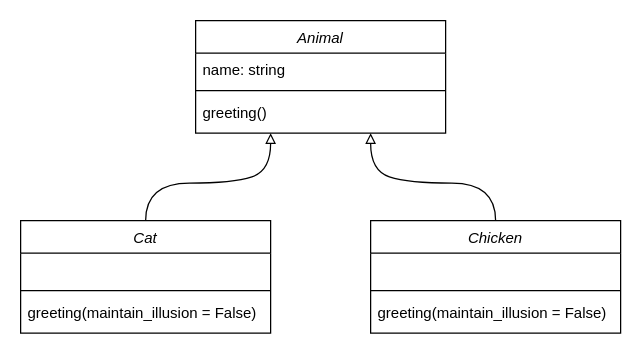
This is img/animals.drawio from crabbit-git/ccl12-inheritance, a draw.io file, before an edit. Source tidied: cells renumbered, new cells numbered last; positions are measured from the earlier drawing's top-left corner, leaving out a move shared by most shapes. Both pictures are drawn from the tidied source at 125%, with x=0, y=0 at pixel (20, 20).
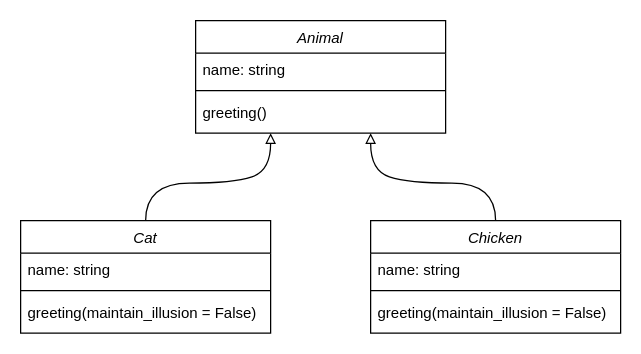
Above is the later version.

Unchanged cells that the change refers to:
```xml
<mxCell id="6" value="Cat" style="swimlane;fontStyle=2;align=center;verticalAlign=top;horizontal=1;startSize=26;rounded=0;shadow=0;strokeWidth=1;" parent="1" vertex="1">
  <mxGeometry y="160" width="200" height="90" as="geometry" />
</mxCell>
<mxCell id="10" value="Chicken" style="swimlane;fontStyle=2;align=center;verticalAlign=top;horizontal=1;startSize=26;rounded=0;shadow=0;strokeWidth=1;" parent="1" vertex="1">
  <mxGeometry x="280" y="160" width="200" height="90" as="geometry" />
</mxCell>
```

The edit, as a diff of the source:
```diff
@@
-    <mxCell id="7" value=" " style="text;align=left;verticalAlign=top;spacingLeft=4;spacingRight=4;overflow=hidden;" parent="6" vertex="1">
-      <mxGeometry y="26" width="200" height="26" as="geometry" />
-    </mxCell>
+    <mxCell id="16" value="name: string" style="text;align=left;verticalAlign=top;spacingLeft=4;spacingRight=4;overflow=hidden;" parent="6" vertex="1">
+      <mxGeometry y="26" width="200" height="26" as="geometry" />
+    </mxCell>
@@
-    <mxCell id="11" value=" " style="text;align=left;verticalAlign=top;spacingLeft=4;spacingRight=4;overflow=hidden;" parent="10" vertex="1">
-      <mxGeometry y="26" width="200" height="26" as="geometry" />
-    </mxCell>
+    <mxCell id="17" value="name: string" style="text;align=left;verticalAlign=top;spacingLeft=4;spacingRight=4;overflow=hidden;" parent="10" vertex="1">
+      <mxGeometry y="26" width="200" height="26" as="geometry" />
+    </mxCell>
```
